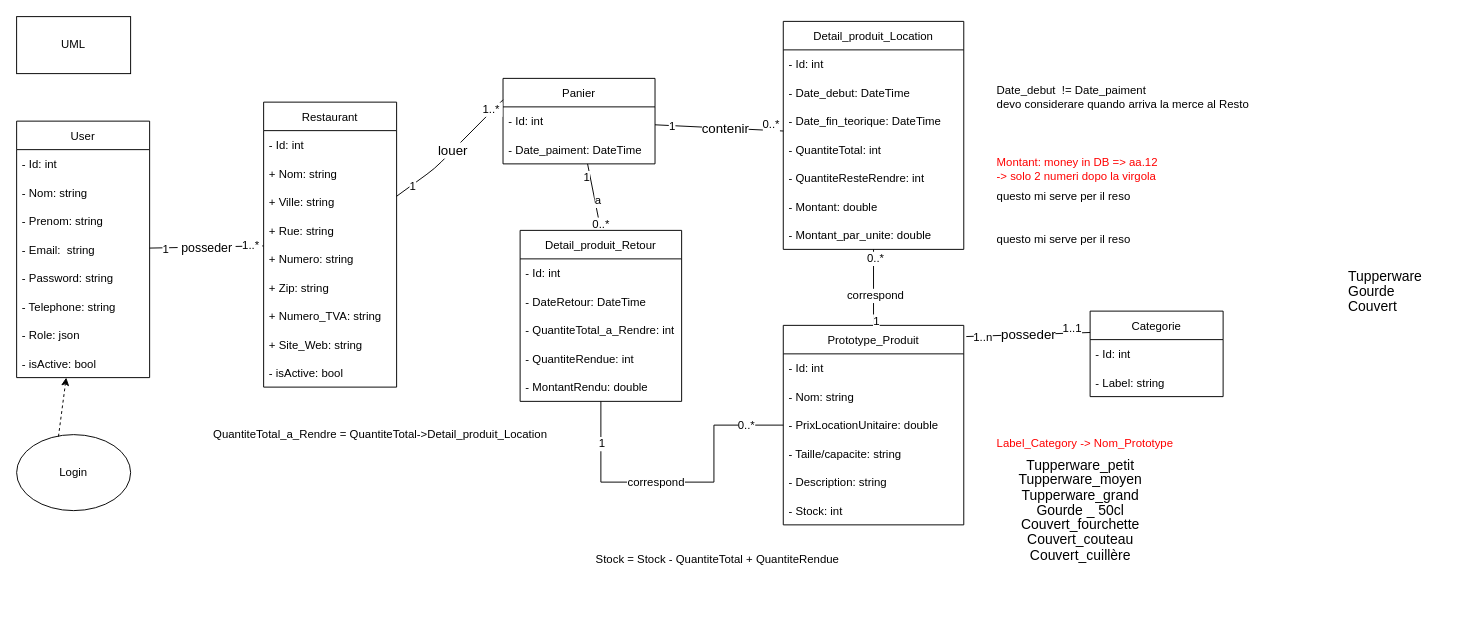
Before: documentation/diagrammeUMLcoeurProject.drawio in stefyxx/Tapperware, a draw.io diagram. Source tidied: cells renumbered, new cells numbered last; positions are measured from the earlier drawing's top-left corner, leaving out a move shared by most shapes. Both pictures are drawn from the tidied source at 95%, with x=0, y=0 at pixel (16, 16).
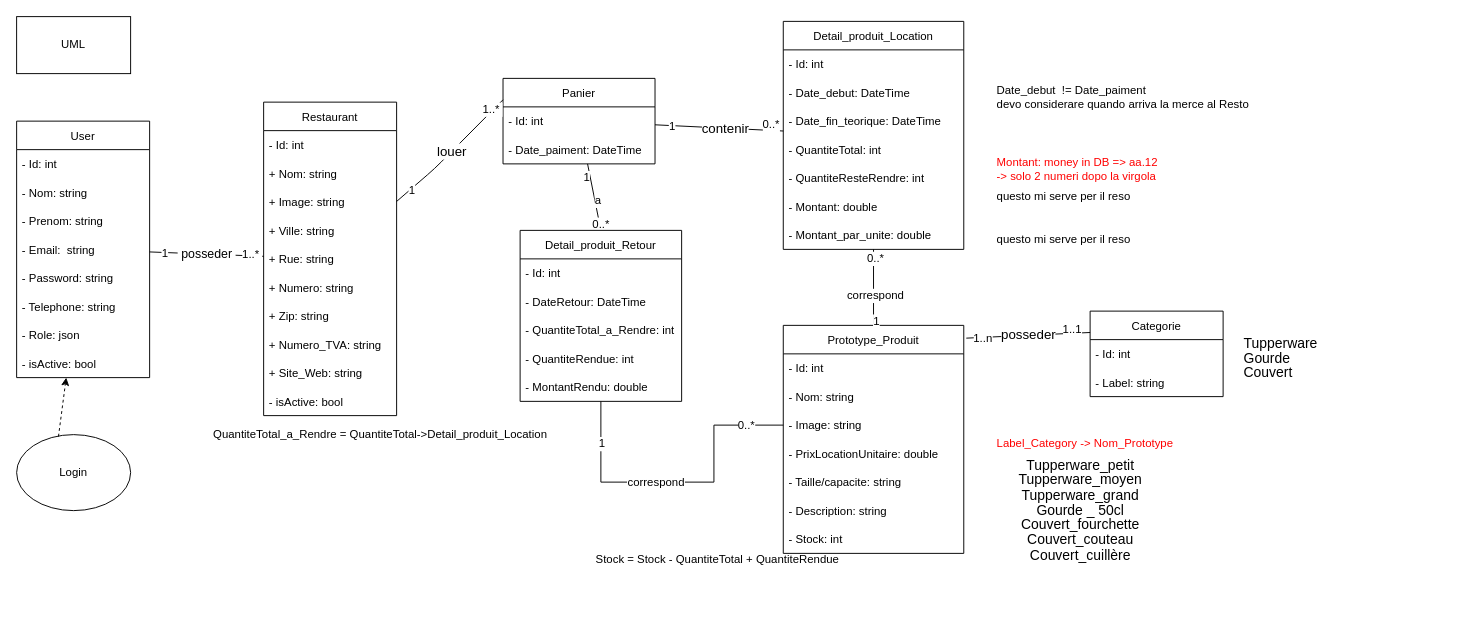
After the change.

Change to the diagram source:
```diff
@@
     <mxCell id="15" value="Restaurant" style="swimlane;fontStyle=0;horizontal=1;startSize=30;" parent="1" vertex="1">
-      <mxGeometry x="260" y="90" width="140" height="300" as="geometry" />
+      <mxGeometry x="260" y="90" width="140" height="330" as="geometry" />
     </mxCell>
@@
+    <mxCell id="85" value="+ Image: string" style="text;strokeColor=none;fillColor=none;align=left;verticalAlign=middle;spacingLeft=4;spacingRight=4;overflow=hidden;" parent="15" vertex="1">
+      <mxGeometry y="90" width="140" height="30" as="geometry" />
+    </mxCell>
     <mxCell id="18" value="+ Ville: string" style="text;strokeColor=none;fillColor=none;align=left;verticalAlign=middle;spacingLeft=4;spacingRight=4;overflow=hidden;" parent="15" vertex="1">
-      <mxGeometry y="90" width="140" height="30" as="geometry" />
+      <mxGeometry y="120" width="140" height="30" as="geometry" />
     </mxCell>
     <mxCell id="19" value="+ Rue: string" style="text;strokeColor=none;fillColor=none;align=left;verticalAlign=middle;spacingLeft=4;spacingRight=4;overflow=hidden;" parent="15" vertex="1">
-      <mxGeometry y="120" width="140" height="30" as="geometry" />
+      <mxGeometry y="150" width="140" height="30" as="geometry" />
     </mxCell>
     <mxCell id="20" value="+ Numero: string" style="text;strokeColor=none;fillColor=none;align=left;verticalAlign=middle;spacingLeft=4;spacingRight=4;overflow=hidden;" parent="15" vertex="1">
-      <mxGeometry y="150" width="140" height="30" as="geometry" />
+      <mxGeometry y="180" width="140" height="30" as="geometry" />
     </mxCell>
     <mxCell id="21" value="+ Zip: string" style="text;strokeColor=none;fillColor=none;align=left;verticalAlign=middle;spacingLeft=4;spacingRight=4;overflow=hidden;" parent="15" vertex="1">
-      <mxGeometry y="180" width="140" height="30" as="geometry" />
+      <mxGeometry y="210" width="140" height="30" as="geometry" />
     </mxCell>
     <mxCell id="22" value="+ Numero_TVA: string" style="text;strokeColor=none;fillColor=none;align=left;verticalAlign=middle;spacingLeft=4;spacingRight=4;overflow=hidden;" parent="15" vertex="1">
-      <mxGeometry y="210" width="140" height="30" as="geometry" />
+      <mxGeometry y="240" width="140" height="30" as="geometry" />
     </mxCell>
     <mxCell id="23" value="+ Site_Web: string" style="text;strokeColor=none;fillColor=none;align=left;verticalAlign=middle;spacingLeft=4;spacingRight=4;overflow=hidden;" parent="15" vertex="1">
-      <mxGeometry y="240" width="140" height="30" as="geometry" />
+      <mxGeometry y="270" width="140" height="30" as="geometry" />
     </mxCell>
     <mxCell id="24" value="- isActive: bool" style="text;strokeColor=none;fillColor=none;align=left;verticalAlign=middle;spacingLeft=4;spacingRight=4;overflow=hidden;" parent="15" vertex="1">
-      <mxGeometry y="270" width="140" height="30" as="geometry" />
+      <mxGeometry y="300" width="140" height="30" as="geometry" />
     </mxCell>
@@
     <mxCell id="32" value="Prototype_Produit" style="swimlane;fontStyle=0;horizontal=1;startSize=30;" parent="1" vertex="1">
-      <mxGeometry x="807" y="325" width="190" height="210" as="geometry" />
+      <mxGeometry x="807" y="325" width="190" height="240" as="geometry" />
     </mxCell>
@@
+    <mxCell id="86" value="- Image: string" style="text;strokeColor=none;fillColor=none;align=left;verticalAlign=middle;spacingLeft=4;spacingRight=4;overflow=hidden;" parent="32" vertex="1">
+      <mxGeometry y="90" width="190" height="30" as="geometry" />
+    </mxCell>
     <mxCell id="35" value="- PrixLocationUnitaire: double" style="text;strokeColor=none;fillColor=none;align=left;verticalAlign=middle;spacingLeft=4;spacingRight=4;overflow=hidden;" parent="32" vertex="1">
-      <mxGeometry y="90" width="190" height="30" as="geometry" />
+      <mxGeometry y="120" width="190" height="30" as="geometry" />
     </mxCell>
     <mxCell id="36" value="- Taille/capacite: string" style="text;strokeColor=none;fillColor=none;align=left;verticalAlign=middle;spacingLeft=4;spacingRight=4;overflow=hidden;" parent="32" vertex="1">
-      <mxGeometry y="120" width="190" height="30" as="geometry" />
+      <mxGeometry y="150" width="190" height="30" as="geometry" />
     </mxCell>
     <mxCell id="37" value="- Description: string" style="text;strokeColor=none;fillColor=none;align=left;verticalAlign=middle;spacingLeft=4;spacingRight=4;overflow=hidden;" parent="32" vertex="1">
-      <mxGeometry y="150" width="190" height="30" as="geometry" />
+      <mxGeometry y="180" width="190" height="30" as="geometry" />
     </mxCell>
     <mxCell id="38" value="- Stock: int" style="text;strokeColor=none;fillColor=none;align=left;verticalAlign=middle;spacingLeft=4;spacingRight=4;overflow=hidden;" parent="32" vertex="1">
-      <mxGeometry y="180" width="190" height="30" as="geometry" />
+      <mxGeometry y="210" width="190" height="30" as="geometry" />
     </mxCell>
@@
     <mxCell id="69" value="&lt;span style=&quot;font-size: 11.0pt ; line-height: 107% ; font-family: &amp;#34;calibri&amp;#34; , sans-serif&quot;&gt;&lt;span style=&quot;font-size: 11pt ; line-height: 107%&quot;&gt;&lt;span style=&quot;font-size: 11.0pt ; line-height: 107% ; font-family: &amp;#34;calibri&amp;#34; , sans-serif&quot;&gt;Tupperware&amp;nbsp;&lt;/span&gt;&lt;br&gt;Gourde&amp;nbsp;&lt;br&gt;&lt;/span&gt;&lt;span style=&quot;font-size: 11.0pt ; line-height: 107% ; font-family: &amp;#34;calibri&amp;#34; , sans-serif&quot;&gt;Couvert&lt;/span&gt;&lt;br&gt;&lt;/span&gt;" style="text;html=1;strokeColor=none;fillColor=none;align=left;verticalAlign=middle;whiteSpace=wrap;rounded=0;" parent="1" vertex="1">
-      <mxGeometry x="1400" y="260" width="120" height="60" as="geometry" />
+      <mxGeometry x="1290" y="330" width="120" height="60" as="geometry" />
     </mxCell>
```
